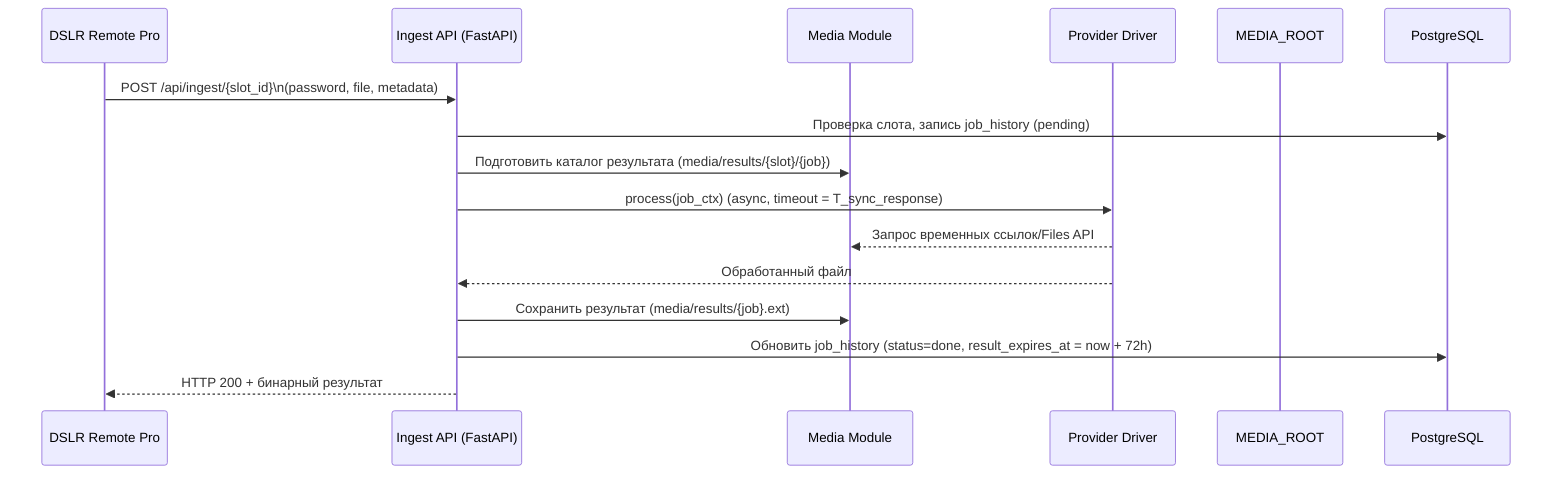
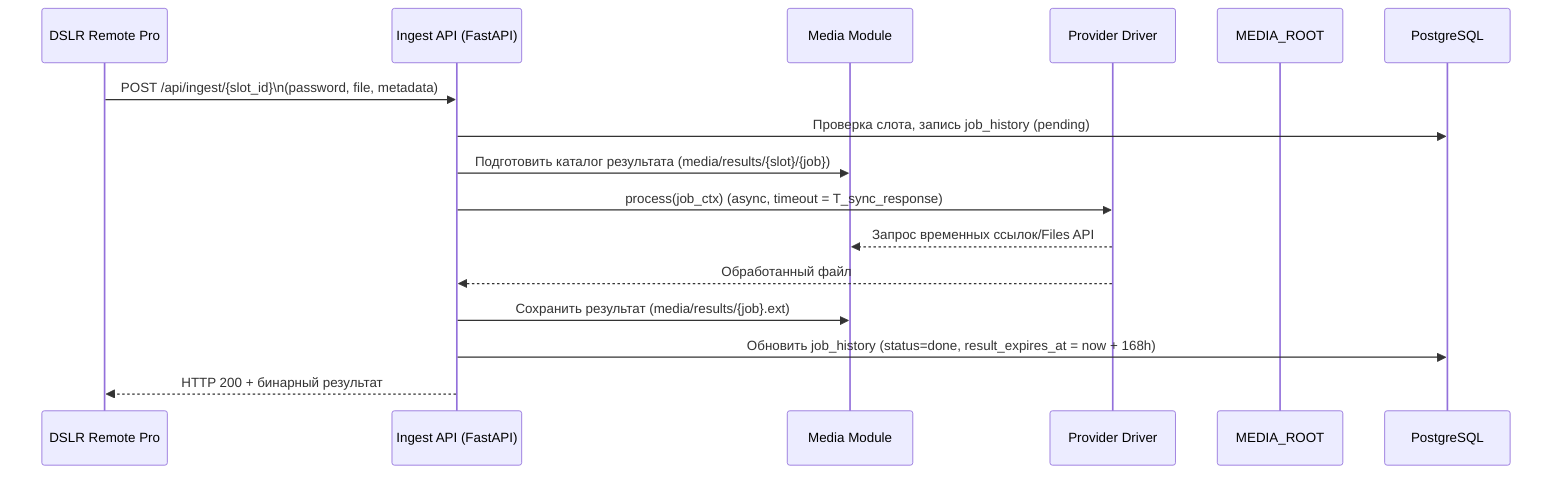
sequenceDiagram
    participant DSLR as DSLR Remote Pro
    participant API as Ingest API (FastAPI)
    participant Media as Media Module
    participant Driver as Provider Driver
    participant FS as MEDIA_ROOT
    participant DB as PostgreSQL

    DSLR->>API: POST /api/ingest/{slot_id}\n(password, file, metadata)
    API->>DB: Проверка слота, запись job_history (pending)
    API->>Media: Подготовить каталог результата (media/results/{slot}/{job})
    API->>Driver: process(job_ctx) (async, timeout = T_sync_response)
    Driver-->>Media: Запрос временных ссылок/Files API
    Driver-->>API: Обработанный файл
    API->>Media: Сохранить результат (media/results/{job}.ext)
-     API->>DB: Обновить job_history (status=done, result_expires_at = now + 72h)
+     API->>DB: Обновить job_history (status=done, result_expires_at = now + 168h)
    API-->>DSLR: HTTP 200 + бинарный результат
